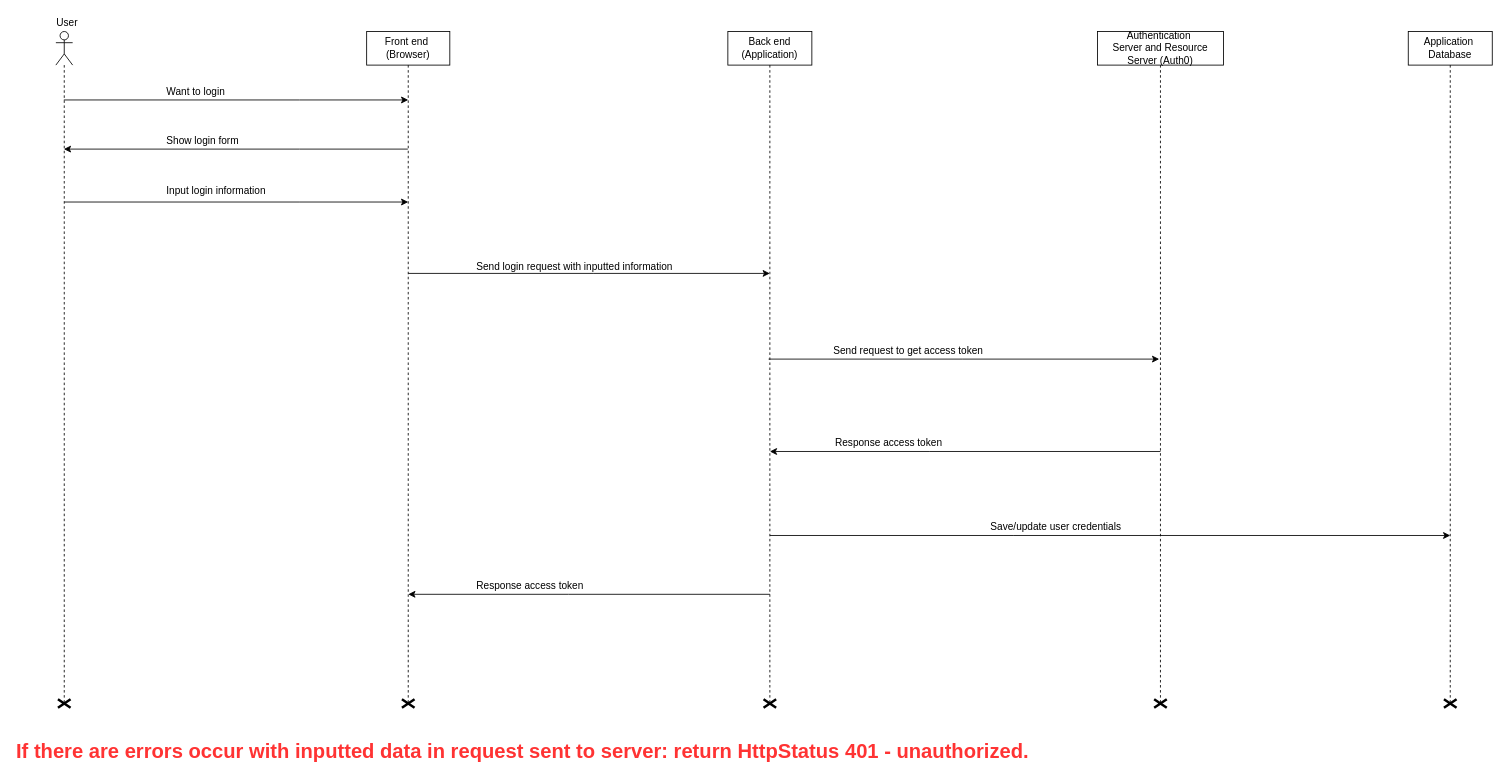
Before: document_login.drawio in quocq6hcm/HeHeHe, a draw.io diagram. Source tidied: cells renumbered, new cells numbered last; positions are measured from the earlier drawing's top-left corner, leaving out a move shared by most shapes. Both pictures are drawn from the tidied source at 84%, with x=0, y=0 at pixel (14, 14).
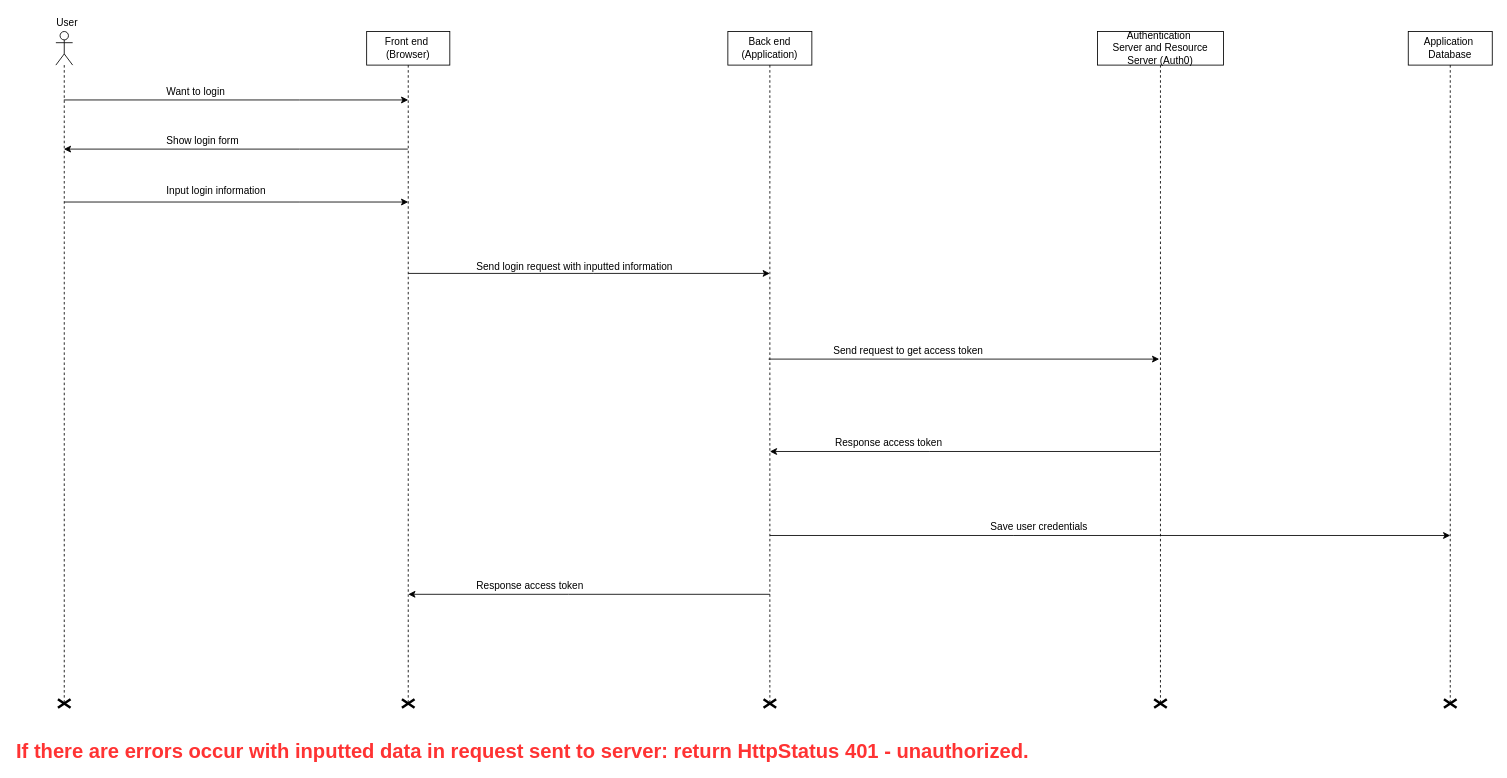
After the change.

Change to the diagram source:
```diff
@@
-    <mxCell id="19" value="Save/update user credentials&lt;br&gt;" style="text;html=1;align=left;verticalAlign=top;spacingTop=-4;" parent="1" vertex="1">
-      <mxGeometry x="1159.5" y="600" width="170" height="20" as="geometry" />
+    <mxCell id="19" value="Save user credentials&lt;br&gt;" style="text;html=1;align=left;verticalAlign=top;spacingTop=-4;" parent="1" vertex="1">
+      <mxGeometry x="1159.5" y="600" width="130" height="20" as="geometry" />
     </mxCell>
```
